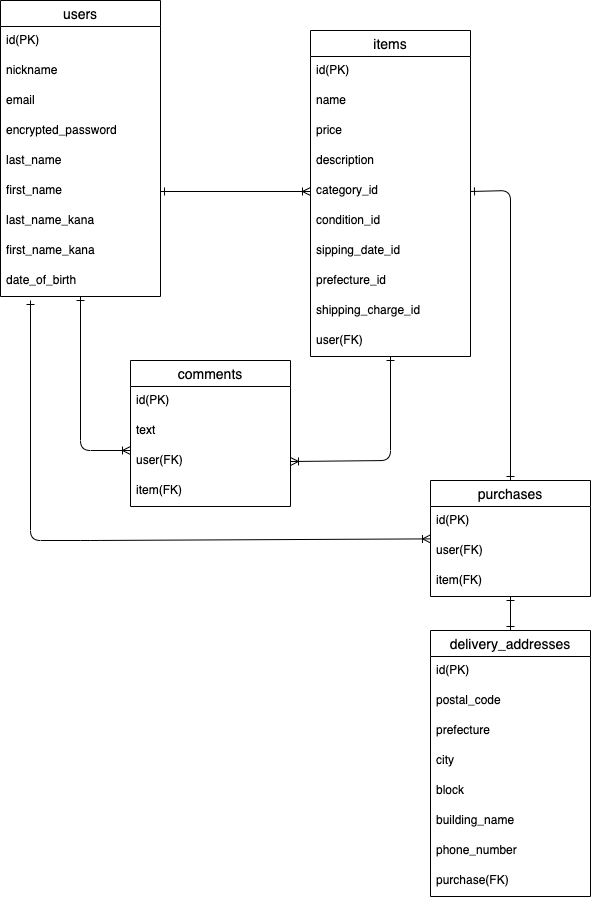
Above: ER.png in kawaguchi0422/furima-39559 (draw.io), before the change. Source tidied: cells renumbered, new cells last; positions are measured from the earlier drawing's top-left corner, leaving out a move shared by most shapes. The source it was exported from:
```xml
<mxGraphModel>
  <root>
    <mxCell id="0" />
    <mxCell id="1" parent="0" />
    <mxCell id="2" style="edgeStyle=none;html=1;entryX=0;entryY=0.133;entryDx=0;entryDy=0;entryPerimeter=0;startArrow=ERone;startFill=0;endArrow=ERoneToMany;endFill=0;rounded=1;" parent="1" edge="1" source="3" target="28">
      <mxGeometry relative="1" as="geometry">
        <Array as="points">
          <mxPoint x="80" y="450" />
        </Array>
      </mxGeometry>
    </mxCell>
    <mxCell id="3" value="users" style="swimlane;fontStyle=0;horizontal=1;startSize=26;align=center;fontSize=14;labelBorderColor=none;" parent="1" vertex="1">
      <mxGeometry width="160" height="296" as="geometry" />
    </mxCell>
    <mxCell id="4" value="id(PK)" style="text;strokeColor=none;fillColor=none;spacingLeft=4;spacingRight=4;overflow=hidden;fontSize=12;labelBackgroundColor=none;labelBorderColor=none;" parent="3" vertex="1">
      <mxGeometry y="26" width="160" height="30" as="geometry" />
    </mxCell>
    <mxCell id="5" value="nickname" style="text;strokeColor=none;fillColor=none;spacingLeft=4;spacingRight=4;overflow=hidden;fontSize=12;" parent="3" vertex="1">
      <mxGeometry y="56" width="160" height="30" as="geometry" />
    </mxCell>
    <mxCell id="6" value="email" style="text;strokeColor=none;fillColor=none;spacingLeft=4;spacingRight=4;overflow=hidden;fontSize=12;" parent="3" vertex="1">
      <mxGeometry y="86" width="160" height="30" as="geometry" />
    </mxCell>
    <mxCell id="7" value="encrypted_password" style="text;strokeColor=none;fillColor=none;spacingLeft=4;spacingRight=4;overflow=hidden;fontSize=12;" parent="3" vertex="1">
      <mxGeometry y="116" width="160" height="30" as="geometry" />
    </mxCell>
    <mxCell id="8" value="last_name" style="text;strokeColor=none;fillColor=none;spacingLeft=4;spacingRight=4;overflow=hidden;fontSize=12;" parent="3" vertex="1">
      <mxGeometry y="146" width="160" height="30" as="geometry" />
    </mxCell>
    <mxCell id="9" value="first_name" style="text;strokeColor=none;fillColor=none;spacingLeft=4;spacingRight=4;overflow=hidden;points=[[0,0.5],[1,0.5]];portConstraint=eastwest;fontSize=12;" parent="3" vertex="1">
      <mxGeometry y="176" width="160" height="30" as="geometry" />
    </mxCell>
    <mxCell id="10" value="last_name_kana" style="text;strokeColor=none;fillColor=none;spacingLeft=4;spacingRight=4;overflow=hidden;fontSize=12;" parent="3" vertex="1">
      <mxGeometry y="206" width="160" height="30" as="geometry" />
    </mxCell>
    <mxCell id="11" value="first_name_kana" style="text;strokeColor=none;fillColor=none;spacingLeft=4;spacingRight=4;overflow=hidden;fontSize=12;" parent="3" vertex="1">
      <mxGeometry y="236" width="160" height="30" as="geometry" />
    </mxCell>
    <mxCell id="12" value="date_of_birth" style="text;strokeColor=none;fillColor=none;spacingLeft=4;spacingRight=4;overflow=hidden;fontSize=12;" parent="3" vertex="1">
      <mxGeometry y="266" width="160" height="30" as="geometry" />
    </mxCell>
    <mxCell id="13" style="edgeStyle=none;rounded=1;html=1;entryX=1;entryY=0.5;entryDx=0;entryDy=0;startArrow=ERone;startFill=0;endArrow=ERoneToMany;endFill=0;" parent="1" edge="1" source="14" target="28">
      <mxGeometry relative="1" as="geometry">
        <Array as="points">
          <mxPoint x="390" y="460" />
        </Array>
      </mxGeometry>
    </mxCell>
    <mxCell id="14" value="items" style="swimlane;fontStyle=0;horizontal=1;startSize=26;align=center;fontSize=14;" parent="1" vertex="1">
      <mxGeometry x="310" y="30" width="160" height="326" as="geometry" />
    </mxCell>
    <mxCell id="15" value="id(PK)" style="text;strokeColor=none;fillColor=none;spacingLeft=4;spacingRight=4;overflow=hidden;fontSize=12;labelBackgroundColor=none;labelBorderColor=none;" parent="14" vertex="1">
      <mxGeometry y="26" width="160" height="30" as="geometry" />
    </mxCell>
    <mxCell id="16" value="name" style="text;strokeColor=none;fillColor=none;spacingLeft=4;spacingRight=4;overflow=hidden;fontSize=12;" parent="14" vertex="1">
      <mxGeometry y="56" width="160" height="30" as="geometry" />
    </mxCell>
    <mxCell id="17" value="price" style="text;strokeColor=none;fillColor=none;spacingLeft=4;spacingRight=4;overflow=hidden;fontSize=12;" parent="14" vertex="1">
      <mxGeometry y="86" width="160" height="30" as="geometry" />
    </mxCell>
    <mxCell id="18" value="description" style="text;strokeColor=none;fillColor=none;spacingLeft=4;spacingRight=4;overflow=hidden;fontSize=12;labelBackgroundColor=none;labelBorderColor=none;" parent="14" vertex="1">
      <mxGeometry y="116" width="160" height="30" as="geometry" />
    </mxCell>
    <mxCell id="19" value="category_id" style="text;strokeColor=none;fillColor=none;spacingLeft=4;spacingRight=4;overflow=hidden;points=[[0,0.5],[1,0.5]];portConstraint=eastwest;fontSize=12;" parent="14" vertex="1">
      <mxGeometry y="146" width="160" height="30" as="geometry" />
    </mxCell>
    <mxCell id="20" value="condition_id" style="text;strokeColor=none;fillColor=none;spacingLeft=4;spacingRight=4;overflow=hidden;fontSize=12;" parent="14" vertex="1">
      <mxGeometry y="176" width="160" height="30" as="geometry" />
    </mxCell>
    <mxCell id="21" value="sipping_date_id" style="text;strokeColor=none;fillColor=none;spacingLeft=4;spacingRight=4;overflow=hidden;fontSize=12;" parent="14" vertex="1">
      <mxGeometry y="206" width="160" height="30" as="geometry" />
    </mxCell>
    <mxCell id="22" value="prefecture_id" style="text;strokeColor=none;fillColor=none;spacingLeft=4;spacingRight=4;overflow=hidden;fontSize=12;" parent="14" vertex="1">
      <mxGeometry y="236" width="160" height="30" as="geometry" />
    </mxCell>
    <mxCell id="23" value="shipping_charge_id" style="text;strokeColor=none;fillColor=none;spacingLeft=4;spacingRight=4;overflow=hidden;fontSize=12;" parent="14" vertex="1">
      <mxGeometry y="266" width="160" height="30" as="geometry" />
    </mxCell>
    <mxCell id="24" value="user(FK)" style="text;strokeColor=none;fillColor=none;spacingLeft=4;spacingRight=4;overflow=hidden;points=[[0,0.5],[1,0.5]];portConstraint=eastwest;fontSize=12;" parent="14" vertex="1">
      <mxGeometry y="296" width="160" height="30" as="geometry" />
    </mxCell>
    <mxCell id="25" value="comments" style="swimlane;fontStyle=0;horizontal=1;startSize=26;align=center;fontSize=14;" parent="1" vertex="1">
      <mxGeometry x="130" y="360" width="160" height="146" as="geometry" />
    </mxCell>
    <mxCell id="26" value="id(PK)" style="text;strokeColor=none;fillColor=none;spacingLeft=4;spacingRight=4;overflow=hidden;fontSize=12;labelBackgroundColor=none;labelBorderColor=none;" parent="25" vertex="1">
      <mxGeometry y="26" width="160" height="30" as="geometry" />
    </mxCell>
    <mxCell id="27" value="text" style="text;strokeColor=none;fillColor=none;spacingLeft=4;spacingRight=4;overflow=hidden;fontSize=12;" parent="25" vertex="1">
      <mxGeometry y="56" width="160" height="30" as="geometry" />
    </mxCell>
    <mxCell id="28" value="user(FK)" style="text;strokeColor=none;fillColor=none;spacingLeft=4;spacingRight=4;overflow=hidden;points=[[0,0.5],[1,0.5]];portConstraint=eastwest;fontSize=12;" parent="25" vertex="1">
      <mxGeometry y="86" width="160" height="30" as="geometry" />
    </mxCell>
    <mxCell id="29" value="item(FK)" style="text;strokeColor=none;fillColor=none;spacingLeft=4;spacingRight=4;overflow=hidden;fontSize=12;" parent="25" vertex="1">
      <mxGeometry y="116" width="160" height="30" as="geometry" />
    </mxCell>
    <mxCell id="30" style="edgeStyle=none;rounded=1;html=1;startArrow=ERoneToMany;startFill=0;endArrow=ERone;endFill=0;" parent="1" edge="1" source="31">
      <mxGeometry relative="1" as="geometry">
        <mxPoint x="30" y="300" as="targetPoint" />
        <Array as="points">
          <mxPoint x="90" y="540" />
          <mxPoint x="30" y="540" />
        </Array>
      </mxGeometry>
    </mxCell>
    <mxCell id="31" value="purchases" style="swimlane;fontStyle=0;horizontal=1;startSize=26;align=center;fontSize=14;" parent="1" vertex="1">
      <mxGeometry x="430" y="480" width="160" height="116" as="geometry" />
    </mxCell>
    <mxCell id="32" value="id(PK)" style="text;strokeColor=none;fillColor=none;spacingLeft=4;spacingRight=4;overflow=hidden;fontSize=12;labelBackgroundColor=none;labelBorderColor=none;" parent="31" vertex="1">
      <mxGeometry y="26" width="160" height="30" as="geometry" />
    </mxCell>
    <mxCell id="33" value="user(FK)" style="text;strokeColor=none;fillColor=none;spacingLeft=4;spacingRight=4;overflow=hidden;points=[[0,0.5],[1,0.5]];portConstraint=eastwest;fontSize=12;" parent="31" vertex="1">
      <mxGeometry y="56" width="160" height="30" as="geometry" />
    </mxCell>
    <mxCell id="34" value="item(FK)" style="text;strokeColor=none;fillColor=none;spacingLeft=4;spacingRight=4;overflow=hidden;points=[[0,0.5],[1,0.5]];portConstraint=eastwest;fontSize=12;" parent="31" vertex="1">
      <mxGeometry y="86" width="160" height="30" as="geometry" />
    </mxCell>
    <mxCell id="35" value="delivery_addresses" style="swimlane;fontStyle=0;horizontal=1;startSize=26;align=center;fontSize=14;labelBorderColor=none;" parent="1" vertex="1">
      <mxGeometry x="430" y="630" width="160" height="266" as="geometry" />
    </mxCell>
    <mxCell id="36" value="id(PK)" style="text;strokeColor=none;fillColor=none;spacingLeft=4;spacingRight=4;overflow=hidden;fontSize=12;labelBackgroundColor=none;labelBorderColor=none;" parent="35" vertex="1">
      <mxGeometry y="26" width="160" height="30" as="geometry" />
    </mxCell>
    <mxCell id="37" value="postal_code" style="text;strokeColor=none;fillColor=none;spacingLeft=4;spacingRight=4;overflow=hidden;fontSize=12;" parent="35" vertex="1">
      <mxGeometry y="56" width="160" height="30" as="geometry" />
    </mxCell>
    <mxCell id="38" value="prefecture" style="text;strokeColor=none;fillColor=none;spacingLeft=4;spacingRight=4;overflow=hidden;fontSize=12;" parent="35" vertex="1">
      <mxGeometry y="86" width="160" height="30" as="geometry" />
    </mxCell>
    <mxCell id="39" value="city" style="text;strokeColor=none;fillColor=none;spacingLeft=4;spacingRight=4;overflow=hidden;points=[[0,0.5],[1,0.5]];portConstraint=eastwest;fontSize=12;" parent="35" vertex="1">
      <mxGeometry y="116" width="160" height="30" as="geometry" />
    </mxCell>
    <mxCell id="40" value="block" style="text;strokeColor=none;fillColor=none;spacingLeft=4;spacingRight=4;overflow=hidden;fontSize=12;" parent="35" vertex="1">
      <mxGeometry y="146" width="160" height="30" as="geometry" />
    </mxCell>
    <mxCell id="41" value="building_name" style="text;strokeColor=none;fillColor=none;spacingLeft=4;spacingRight=4;overflow=hidden;fontSize=12;" parent="35" vertex="1">
      <mxGeometry y="176" width="160" height="30" as="geometry" />
    </mxCell>
    <mxCell id="42" value="phone_number" style="text;strokeColor=none;fillColor=none;spacingLeft=4;spacingRight=4;overflow=hidden;fontSize=12;" parent="35" vertex="1">
      <mxGeometry y="206" width="160" height="30" as="geometry" />
    </mxCell>
    <mxCell id="43" value="purchase(FK)" style="text;strokeColor=none;fillColor=none;spacingLeft=4;spacingRight=4;overflow=hidden;fontSize=12;labelBackgroundColor=none;labelBorderColor=none;" parent="35" vertex="1">
      <mxGeometry y="236" width="160" height="30" as="geometry" />
    </mxCell>
    <mxCell id="44" style="edgeStyle=none;html=1;exitX=1;exitY=0.5;exitDx=0;exitDy=0;entryX=0;entryY=0.5;entryDx=0;entryDy=0;endArrow=ERoneToMany;endFill=0;startArrow=ERone;startFill=0;" parent="1" edge="1" source="9" target="19">
      <mxGeometry relative="1" as="geometry" />
    </mxCell>
    <mxCell id="45" style="edgeStyle=none;rounded=1;html=1;entryX=0.5;entryY=0;entryDx=0;entryDy=0;startArrow=ERone;startFill=0;endArrow=ERone;endFill=0;" parent="1" edge="1" source="34" target="35">
      <mxGeometry relative="1" as="geometry" />
    </mxCell>
    <mxCell id="46" style="edgeStyle=none;rounded=1;html=1;entryX=0.5;entryY=0;entryDx=0;entryDy=0;startArrow=ERone;startFill=0;endArrow=ERone;endFill=0;exitX=1;exitY=0.5;exitDx=0;exitDy=0;" parent="1" edge="1" source="19" target="31">
      <mxGeometry relative="1" as="geometry">
        <Array as="points">
          <mxPoint x="510" y="190" />
        </Array>
      </mxGeometry>
    </mxCell>
  </root>
</mxGraphModel>
```
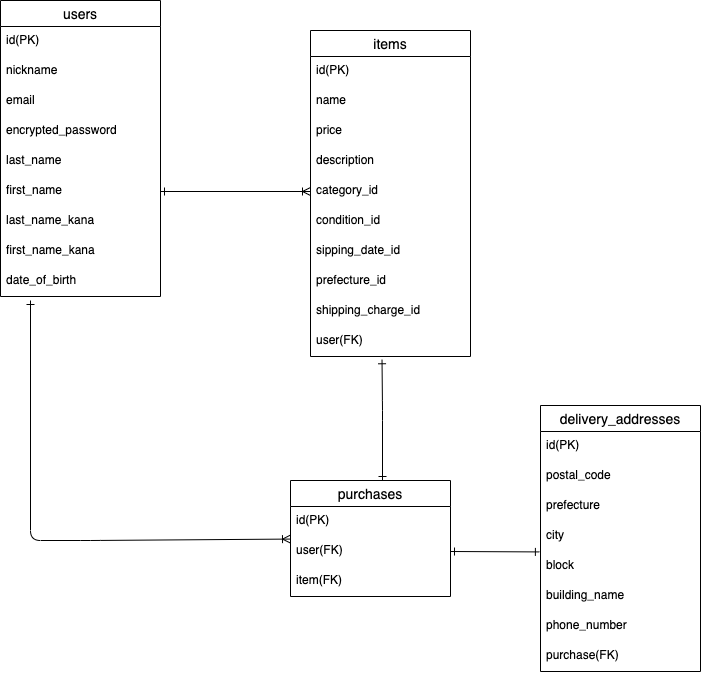
Later version of the same file.

Change to the diagram source:
```diff
@@ -2,13 +2,6 @@
   <root>
     <mxCell id="0" />
     <mxCell id="1" parent="0" />
-    <mxCell id="2" style="edgeStyle=none;html=1;entryX=0;entryY=0.133;entryDx=0;entryDy=0;entryPerimeter=0;startArrow=ERone;startFill=0;endArrow=ERoneToMany;endFill=0;rounded=1;" parent="1" edge="1" source="3" target="28">
-      <mxGeometry relative="1" as="geometry">
-        <Array as="points">
-          <mxPoint x="80" y="450" />
-        </Array>
-      </mxGeometry>
-    </mxCell>
     <mxCell id="3" value="users" style="swimlane;fontStyle=0;horizontal=1;startSize=26;align=center;fontSize=14;labelBorderColor=none;" parent="1" vertex="1">
       <mxGeometry width="160" height="296" as="geometry" />
     </mxCell>
@@ -39,13 +32,6 @@
     <mxCell id="12" value="date_of_birth" style="text;strokeColor=none;fillColor=none;spacingLeft=4;spacingRight=4;overflow=hidden;fontSize=12;" parent="3" vertex="1">
       <mxGeometry y="266" width="160" height="30" as="geometry" />
     </mxCell>
-    <mxCell id="13" style="edgeStyle=none;rounded=1;html=1;entryX=1;entryY=0.5;entryDx=0;entryDy=0;startArrow=ERone;startFill=0;endArrow=ERoneToMany;endFill=0;" parent="1" edge="1" source="14" target="28">
-      <mxGeometry relative="1" as="geometry">
-        <Array as="points">
-          <mxPoint x="390" y="460" />
-        </Array>
-      </mxGeometry>
-    </mxCell>
     <mxCell id="14" value="items" style="swimlane;fontStyle=0;horizontal=1;startSize=26;align=center;fontSize=14;" parent="1" vertex="1">
       <mxGeometry x="310" y="30" width="160" height="326" as="geometry" />
     </mxCell>
@@ -79,21 +65,6 @@
     <mxCell id="24" value="user(FK)" style="text;strokeColor=none;fillColor=none;spacingLeft=4;spacingRight=4;overflow=hidden;points=[[0,0.5],[1,0.5]];portConstraint=eastwest;fontSize=12;" parent="14" vertex="1">
       <mxGeometry y="296" width="160" height="30" as="geometry" />
     </mxCell>
-    <mxCell id="25" value="comments" style="swimlane;fontStyle=0;horizontal=1;startSize=26;align=center;fontSize=14;" parent="1" vertex="1">
-      <mxGeometry x="130" y="360" width="160" height="146" as="geometry" />
-    </mxCell>
-    <mxCell id="26" value="id(PK)" style="text;strokeColor=none;fillColor=none;spacingLeft=4;spacingRight=4;overflow=hidden;fontSize=12;labelBackgroundColor=none;labelBorderColor=none;" parent="25" vertex="1">
-      <mxGeometry y="26" width="160" height="30" as="geometry" />
-    </mxCell>
-    <mxCell id="27" value="text" style="text;strokeColor=none;fillColor=none;spacingLeft=4;spacingRight=4;overflow=hidden;fontSize=12;" parent="25" vertex="1">
-      <mxGeometry y="56" width="160" height="30" as="geometry" />
-    </mxCell>
-    <mxCell id="28" value="user(FK)" style="text;strokeColor=none;fillColor=none;spacingLeft=4;spacingRight=4;overflow=hidden;points=[[0,0.5],[1,0.5]];portConstraint=eastwest;fontSize=12;" parent="25" vertex="1">
-      <mxGeometry y="86" width="160" height="30" as="geometry" />
-    </mxCell>
-    <mxCell id="29" value="item(FK)" style="text;strokeColor=none;fillColor=none;spacingLeft=4;spacingRight=4;overflow=hidden;fontSize=12;" parent="25" vertex="1">
-      <mxGeometry y="116" width="160" height="30" as="geometry" />
-    </mxCell>
     <mxCell id="30" style="edgeStyle=none;rounded=1;html=1;startArrow=ERoneToMany;startFill=0;endArrow=ERone;endFill=0;" parent="1" edge="1" source="31">
       <mxGeometry relative="1" as="geometry">
         <mxPoint x="30" y="300" as="targetPoint" />
@@ -104,7 +75,7 @@
       </mxGeometry>
     </mxCell>
     <mxCell id="31" value="purchases" style="swimlane;fontStyle=0;horizontal=1;startSize=26;align=center;fontSize=14;" parent="1" vertex="1">
-      <mxGeometry x="430" y="480" width="160" height="116" as="geometry" />
+      <mxGeometry x="290" y="480" width="160" height="116" as="geometry" />
     </mxCell>
     <mxCell id="32" value="id(PK)" style="text;strokeColor=none;fillColor=none;spacingLeft=4;spacingRight=4;overflow=hidden;fontSize=12;labelBackgroundColor=none;labelBorderColor=none;" parent="31" vertex="1">
       <mxGeometry y="26" width="160" height="30" as="geometry" />
@@ -116,7 +87,7 @@
       <mxGeometry y="86" width="160" height="30" as="geometry" />
     </mxCell>
     <mxCell id="35" value="delivery_addresses" style="swimlane;fontStyle=0;horizontal=1;startSize=26;align=center;fontSize=14;labelBorderColor=none;" parent="1" vertex="1">
-      <mxGeometry x="430" y="630" width="160" height="266" as="geometry" />
+      <mxGeometry x="540" y="405" width="160" height="266" as="geometry" />
     </mxCell>
     <mxCell id="36" value="id(PK)" style="text;strokeColor=none;fillColor=none;spacingLeft=4;spacingRight=4;overflow=hidden;fontSize=12;labelBackgroundColor=none;labelBorderColor=none;" parent="35" vertex="1">
       <mxGeometry y="26" width="160" height="30" as="geometry" />
@@ -145,13 +116,13 @@
     <mxCell id="44" style="edgeStyle=none;html=1;exitX=1;exitY=0.5;exitDx=0;exitDy=0;entryX=0;entryY=0.5;entryDx=0;entryDy=0;endArrow=ERoneToMany;endFill=0;startArrow=ERone;startFill=0;" parent="1" edge="1" source="9" target="19">
       <mxGeometry relative="1" as="geometry" />
     </mxCell>
-    <mxCell id="45" style="edgeStyle=none;rounded=1;html=1;entryX=0.5;entryY=0;entryDx=0;entryDy=0;startArrow=ERone;startFill=0;endArrow=ERone;endFill=0;" parent="1" edge="1" source="34" target="35">
+    <mxCell id="45" style="edgeStyle=none;rounded=1;html=1;startArrow=ERone;startFill=0;endArrow=ERone;endFill=0;exitX=1;exitY=0.5;exitDx=0;exitDy=0;entryX=-0.007;entryY=1.014;entryDx=0;entryDy=0;entryPerimeter=0;" parent="1" edge="1" source="33" target="39">
       <mxGeometry relative="1" as="geometry" />
     </mxCell>
-    <mxCell id="46" style="edgeStyle=none;rounded=1;html=1;entryX=0.5;entryY=0;entryDx=0;entryDy=0;startArrow=ERone;startFill=0;endArrow=ERone;endFill=0;exitX=1;exitY=0.5;exitDx=0;exitDy=0;" parent="1" edge="1" source="19" target="31">
+    <mxCell id="46" style="edgeStyle=none;rounded=1;html=1;entryX=0.575;entryY=0;entryDx=0;entryDy=0;startArrow=ERone;startFill=0;endArrow=ERone;endFill=0;exitX=0.447;exitY=1.109;exitDx=0;exitDy=0;exitPerimeter=0;entryPerimeter=0;" parent="1" edge="1" source="24" target="31">
       <mxGeometry relative="1" as="geometry">
         <Array as="points">
-          <mxPoint x="510" y="190" />
+          <mxPoint x="382" y="410" />
         </Array>
       </mxGeometry>
     </mxCell>
```
